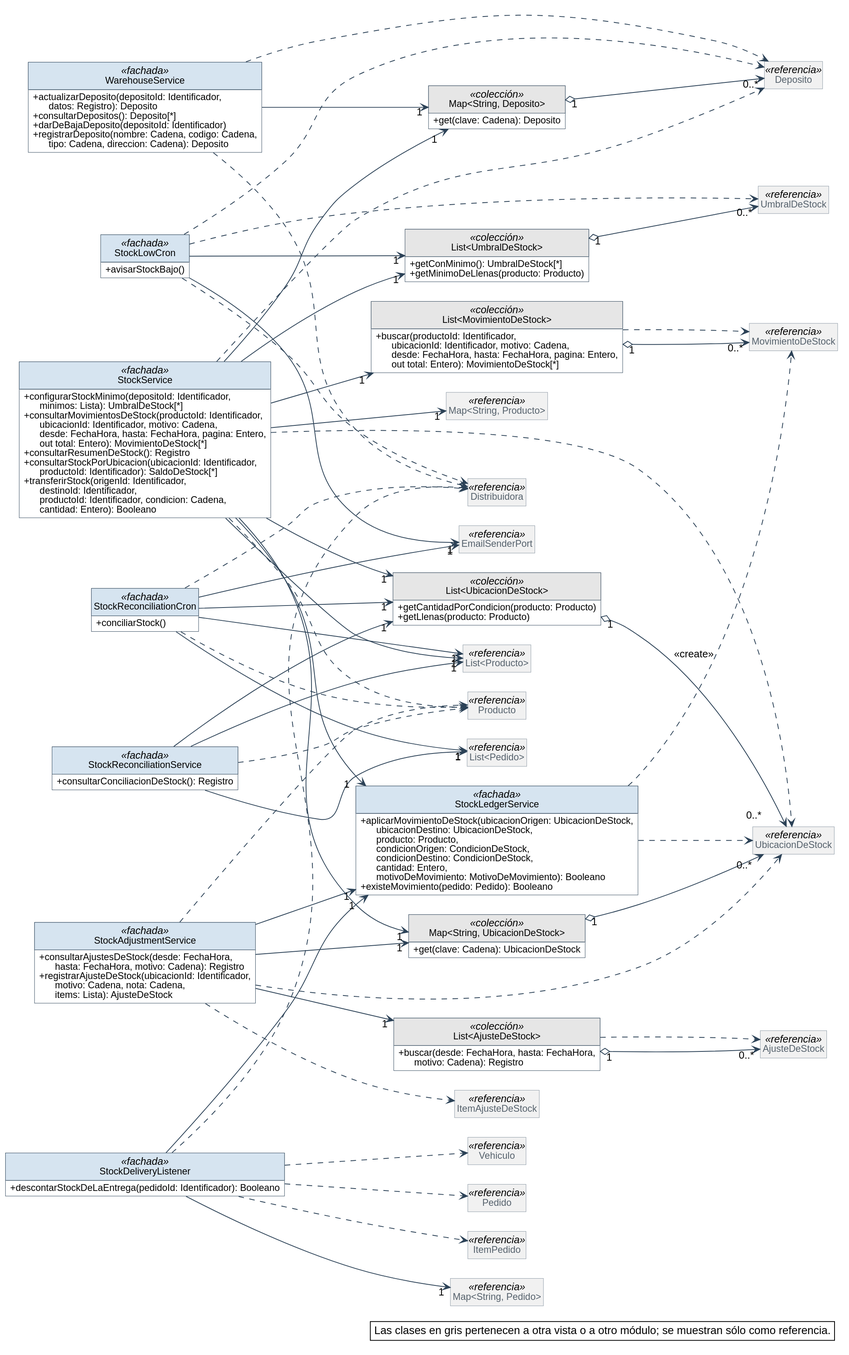
The PlantUML diagram diagramas/clases-diseno/DC_Mod_Stock.svg in Nahuelito-Dev/splg-docs, before a commit.
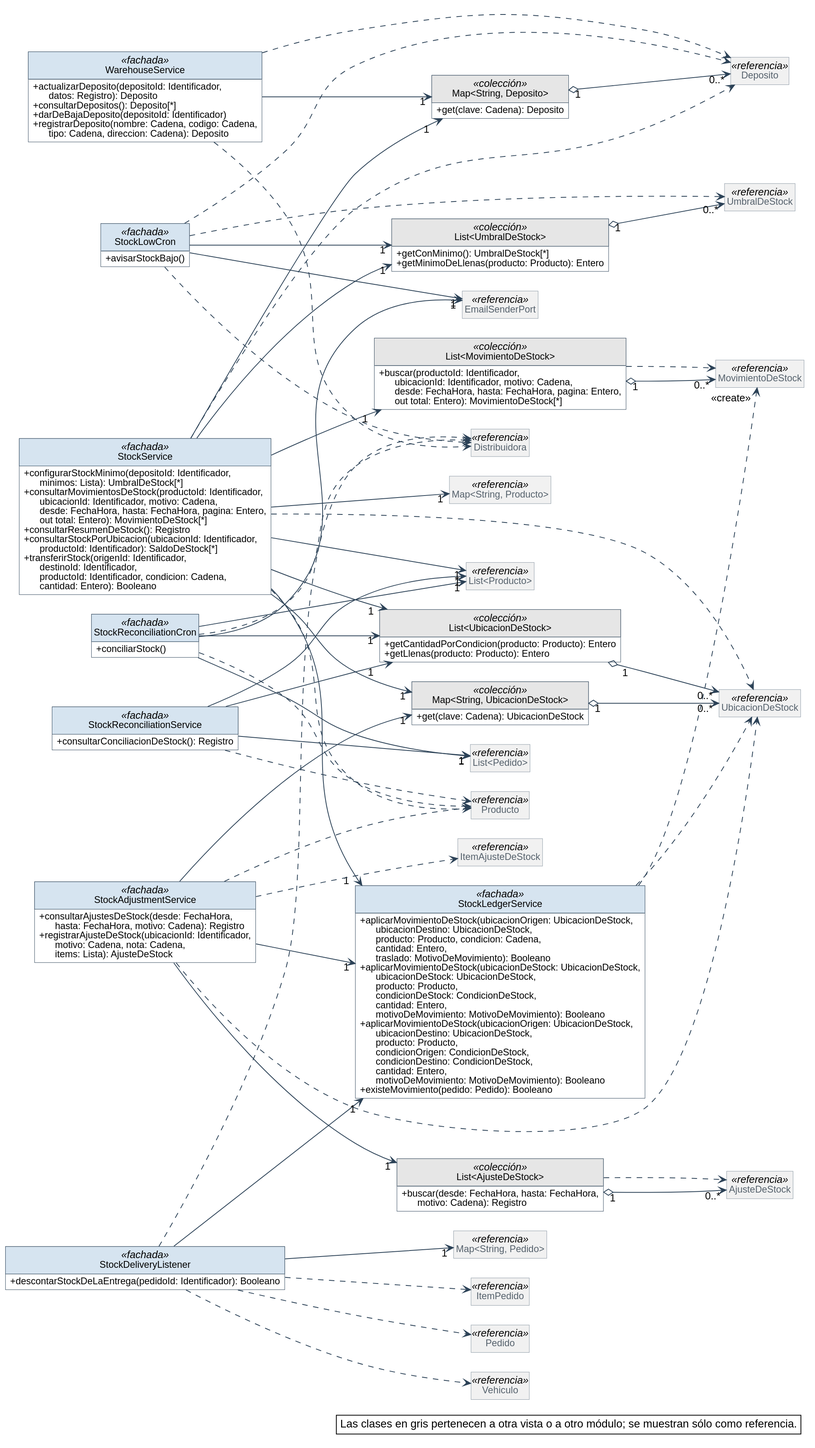
The same file after the commit.

What changed in the source:
```diff
@@ -66,9 +66,6 @@
   + darDeBajaDeposito(depositoId: Identificador)
   + registrarDeposito(nombre: Cadena, codigo: Cadena,\n      tipo: Cadena, direccion: Cadena): Deposito
 }
-class "Map<String, Deposito>" as Map_String_Deposito <<colección>> {
-  + get(clave: Cadena): Deposito
-}
 class StockService <<fachada>> {
   + configurarStockMinimo(depositoId: Identificador,\n      minimos: Lista): UmbralDeStock[*]
   + consultarMovimientosDeStock(productoId: Identificador,\n      ubicacionId: Identificador, motivo: Cadena,\n      desde: FechaHora, hasta: FechaHora, pagina: Entero,\n      out total: Entero): MovimientoDeStock[*]
@@ -77,12 +74,12 @@
   + transferirStock(origenId: Identificador,\n      destinoId: Identificador,\n      productoId: Identificador, condicion: Cadena,\n      cantidad: Entero): Booleano
 }
 class "List<UbicacionDeStock>" as List_UbicacionDeStock <<colección>> {
-  + getCantidadPorCondicion(producto: Producto)
-  + getLlenas(producto: Producto)
+  + getCantidadPorCondicion(producto: Producto): Entero
+  + getLlenas(producto: Producto): Entero
 }
 class "List<UmbralDeStock>" as List_UmbralDeStock <<colección>> {
   + getConMinimo(): UmbralDeStock[*]
-  + getMinimoDeLlenas(producto: Producto)
+  + getMinimoDeLlenas(producto: Producto): Entero
 }
 class "Map<String, UbicacionDeStock>" as Map_String_UbicacionDeStock <<colección>> {
   + get(clave: Cadena): UbicacionDeStock
@@ -90,10 +87,15 @@
 class "List<MovimientoDeStock>" as List_MovimientoDeStock <<colección>> {
   + buscar(productoId: Identificador,\n      ubicacionId: Identificador, motivo: Cadena,\n      desde: FechaHora, hasta: FechaHora, pagina: Entero,\n      out total: Entero): MovimientoDeStock[*]
 }
+class "Map<String, Deposito>" as Map_String_Deposito <<colección>> {
+  + get(clave: Cadena): Deposito
+}
 class StockLowCron <<fachada>> {
   + avisarStockBajo()
 }
 class StockLedgerService <<fachada>> {
+  + aplicarMovimientoDeStock(ubicacionOrigen: UbicacionDeStock,\n      ubicacionDestino: UbicacionDeStock,\n      producto: Producto, condicion: Cadena,\n      cantidad: Entero,\n      traslado: MotivoDeMovimiento): Booleano
+  + aplicarMovimientoDeStock(ubicacionDeStock: UbicacionDeStock,\n      ubicacionDeStock: UbicacionDeStock,\n      producto: Producto,\n      condicionDeStock: CondicionDeStock,\n      cantidad: Entero,\n      motivoDeMovimiento: MotivoDeMovimiento): Booleano
   + aplicarMovimientoDeStock(ubicacionOrigen: UbicacionDeStock,\n      ubicacionDestino: UbicacionDeStock,\n      producto: Producto,\n      condicionOrigen: CondicionDeStock,\n      condicionDestino: CondicionDeStock,\n      cantidad: Entero,\n      motivoDeMovimiento: MotivoDeMovimiento): Booleano
   + existeMovimiento(pedido: Pedido): Booleano
 }
@@ -113,28 +115,28 @@
 class StockReconciliationService <<fachada>> {
   + consultarConciliacionDeStock(): Registro
 }
-class Deposito <<referencia>>
 class UbicacionDeStock <<referencia>>
 class UmbralDeStock <<referencia>>
 class MovimientoDeStock <<referencia>>
+class Deposito <<referencia>>
 class AjusteDeStock <<referencia>>
 class "Map<String, Pedido>" as Map_String_Pedido <<referencia>>
 class EmailSenderPort <<referencia>>
 class "List<Pedido>" as List_Pedido <<referencia>>
 class "List<Producto>" as List_Producto <<referencia>>
 class "Map<String, Producto>" as Map_String_Producto <<referencia>>
+class ItemAjusteDeStock <<referencia>>
 class Producto <<referencia>>
 class Distribuidora <<referencia>>
 class ItemPedido <<referencia>>
-class ItemAjusteDeStock <<referencia>>
+class Pedido <<referencia>>
 class Vehiculo <<referencia>>
-class Pedido <<referencia>>
 
-Map_String_Deposito "1" o--> "0..*" Deposito
 List_UbicacionDeStock "1" o--> "0..*" UbicacionDeStock
 List_UmbralDeStock "1" o--> "0..*" UmbralDeStock
 Map_String_UbicacionDeStock "1" o--> "0..*" UbicacionDeStock
 List_MovimientoDeStock "1" o--> "0..*" MovimientoDeStock
+Map_String_Deposito "1" o--> "0..*" Deposito
 List_AjusteDeStock "1" o--> "0..*" AjusteDeStock
 StockAdjustmentService --> "1" List_AjusteDeStock
 StockAdjustmentService --> "1" Map_String_UbicacionDeStock
@@ -168,7 +170,7 @@
 StockDeliveryListener ..> ItemPedido
 StockDeliveryListener ..> Pedido
 StockDeliveryListener ..> Vehiculo
-StockLedgerService ..> MovimientoDeStock : <<create>>
+StockLedgerService ..> "<<create>>" MovimientoDeStock
 StockLedgerService ..> UbicacionDeStock
 StockLowCron ..> Deposito
 StockLowCron ..> Distribuidora
```
